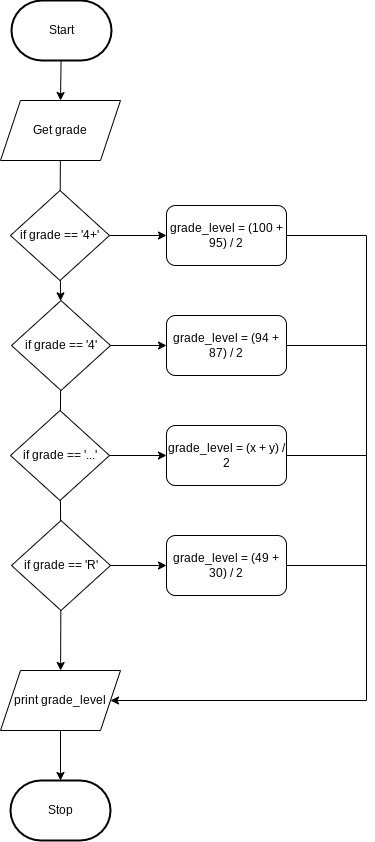
Earlier version of the draw.io export Drawio/FlowChart.png (JacksonNaufal/ICS3U-Unit5-03-Python). Source tidied: cells renumbered, new cells last; positions are measured from the earlier drawing's top-left corner, leaving out a move shared by most shapes.
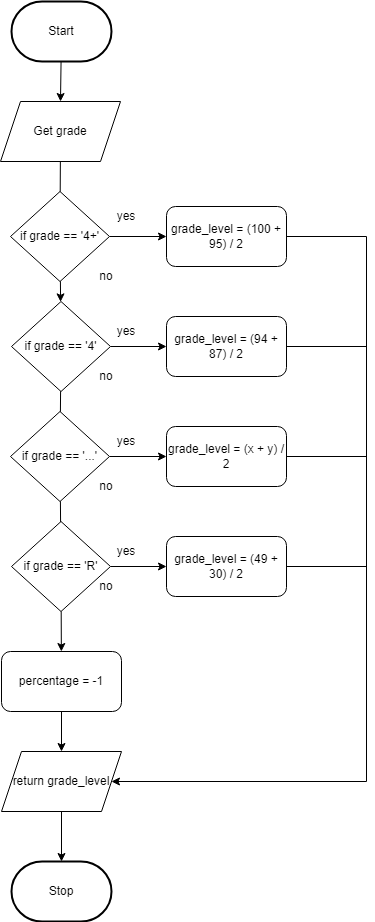
Above is the later version.

The edit, as a diff of the source:
```diff
@@ -9,13 +9,13 @@
       <mxGeometry x="11" width="100" height="60" as="geometry" />
     </mxCell>
     <mxCell id="4" value="Stop" style="strokeWidth=2;html=1;shape=mxgraph.flowchart.terminator;whiteSpace=wrap;rounded=1;" parent="1" vertex="1">
-      <mxGeometry x="10" y="780" width="100" height="60" as="geometry" />
+      <mxGeometry x="11" y="860" width="100" height="60" as="geometry" />
     </mxCell>
     <mxCell id="5" style="edgeStyle=none;html=1;startArrow=none;" parent="1" edge="1" source="6" target="4">
       <mxGeometry relative="1" as="geometry" />
     </mxCell>
-    <mxCell id="6" value="&lt;font style=&quot;font-size: 12px&quot;&gt;print grade_level&lt;/font&gt;" style="shape=parallelogram;perimeter=parallelogramPerimeter;whiteSpace=wrap;html=1;fixedSize=1;fontSize=8;" parent="1" vertex="1">
-      <mxGeometry y="670" width="120" height="60" as="geometry" />
+    <mxCell id="6" value="&lt;font style=&quot;font-size: 12px&quot;&gt;return grade_level&lt;/font&gt;" style="shape=parallelogram;perimeter=parallelogramPerimeter;whiteSpace=wrap;html=1;fixedSize=1;fontSize=8;" parent="1" vertex="1">
+      <mxGeometry x="1" y="750" width="120" height="60" as="geometry" />
     </mxCell>
     <mxCell id="7" value="Get grade" style="shape=parallelogram;perimeter=parallelogramPerimeter;whiteSpace=wrap;html=1;fixedSize=1;" parent="1" vertex="1">
       <mxGeometry y="100" width="120" height="60" as="geometry" />
@@ -44,18 +44,18 @@
     <mxCell id="15" style="edgeStyle=none;html=1;" parent="1" edge="1" source="17" target="25">
       <mxGeometry relative="1" as="geometry" />
     </mxCell>
-    <mxCell id="16" style="edgeStyle=none;rounded=0;html=1;endArrow=classic;endFill=1;" parent="1" edge="1" source="17" target="6">
-      <mxGeometry relative="1" as="geometry" />
-    </mxCell>
+    <mxCell id="29" style="edgeStyle=none;html=1;" parent="1" edge="1" source="17" target="39">
+      <mxGeometry relative="1" as="geometry" />
+    </mxCell>
     <mxCell id="17" value="if grade == 'R'" style="rhombus;whiteSpace=wrap;html=1;" parent="1" vertex="1">
       <mxGeometry x="11" y="520" width="99" height="90" as="geometry" />
     </mxCell>
+    <mxCell id="19" style="edgeStyle=none;rounded=0;html=1;endArrow=none;endFill=0;" parent="1" edge="1" source="20" target="17">
+      <mxGeometry relative="1" as="geometry" />
+    </mxCell>
-    <mxCell id="18" style="edgeStyle=none;html=1;" parent="1" edge="1" source="20" target="28">
+    <mxCell id="18" style="edgeStyle=none;html=1;entryX=0;entryY=0.5;entryDx=0;entryDy=0;" parent="1" edge="1" source="20" target="28">
       <mxGeometry relative="1" as="geometry" />
     </mxCell>
-    <mxCell id="19" style="edgeStyle=none;rounded=0;html=1;endArrow=none;endFill=0;" parent="1" edge="1" source="20" target="17">
-      <mxGeometry relative="1" as="geometry" />
-    </mxCell>
     <mxCell id="20" value="if grade == '...'" style="rhombus;whiteSpace=wrap;html=1;" parent="1" vertex="1">
       <mxGeometry x="10" y="410" width="99" height="90" as="geometry" />
     </mxCell>
@@ -82,7 +82,7 @@
       <mxGeometry relative="1" as="geometry">
         <Array as="points">
           <mxPoint x="366" y="235" />
-          <mxPoint x="366" y="700" />
+          <mxPoint x="366" y="780" />
         </Array>
       </mxGeometry>
     </mxCell>
@@ -94,5 +94,35 @@
     <mxCell id="28" value="grade_level = (x + y) / 2" style="rounded=1;whiteSpace=wrap;html=1;" parent="1" vertex="1">
       <mxGeometry x="166" y="425" width="120" height="60" as="geometry" />
     </mxCell>
+    <mxCell id="30" value="no" style="text;html=1;strokeColor=none;fillColor=none;align=center;verticalAlign=middle;whiteSpace=wrap;rounded=0;" parent="1" vertex="1">
+      <mxGeometry x="76" y="260" width="60" height="30" as="geometry" />
+    </mxCell>
+    <mxCell id="31" value="no" style="text;html=1;strokeColor=none;fillColor=none;align=center;verticalAlign=middle;whiteSpace=wrap;rounded=0;" parent="1" vertex="1">
+      <mxGeometry x="76" y="360" width="60" height="30" as="geometry" />
+    </mxCell>
+    <mxCell id="32" value="no" style="text;html=1;strokeColor=none;fillColor=none;align=center;verticalAlign=middle;whiteSpace=wrap;rounded=0;" parent="1" vertex="1">
+      <mxGeometry x="76" y="470" width="60" height="30" as="geometry" />
+    </mxCell>
+    <mxCell id="33" value="no" style="text;html=1;strokeColor=none;fillColor=none;align=center;verticalAlign=middle;whiteSpace=wrap;rounded=0;" parent="1" vertex="1">
+      <mxGeometry x="76" y="570" width="60" height="30" as="geometry" />
+    </mxCell>
+    <mxCell id="34" value="yes" style="text;html=1;strokeColor=none;fillColor=none;align=center;verticalAlign=middle;whiteSpace=wrap;rounded=0;" parent="1" vertex="1">
+      <mxGeometry x="96" y="200" width="60" height="30" as="geometry" />
+    </mxCell>
+    <mxCell id="35" value="yes" style="text;html=1;strokeColor=none;fillColor=none;align=center;verticalAlign=middle;whiteSpace=wrap;rounded=0;" parent="1" vertex="1">
+      <mxGeometry x="96" y="315" width="60" height="30" as="geometry" />
+    </mxCell>
+    <mxCell id="36" value="yes" style="text;html=1;strokeColor=none;fillColor=none;align=center;verticalAlign=middle;whiteSpace=wrap;rounded=0;" parent="1" vertex="1">
+      <mxGeometry x="96" y="535" width="60" height="30" as="geometry" />
+    </mxCell>
+    <mxCell id="37" value="yes" style="text;html=1;strokeColor=none;fillColor=none;align=center;verticalAlign=middle;whiteSpace=wrap;rounded=0;" parent="1" vertex="1">
+      <mxGeometry x="96" y="425" width="60" height="30" as="geometry" />
+    </mxCell>
+    <mxCell id="38" style="edgeStyle=none;html=1;" parent="1" edge="1" source="39" target="6">
+      <mxGeometry relative="1" as="geometry" />
+    </mxCell>
+    <mxCell id="39" value="percentage = -1" style="rounded=1;whiteSpace=wrap;html=1;" parent="1" vertex="1">
+      <mxGeometry x="1" y="650" width="120" height="60" as="geometry" />
+    </mxCell>
   </root>
 </mxGraphModel>
```
